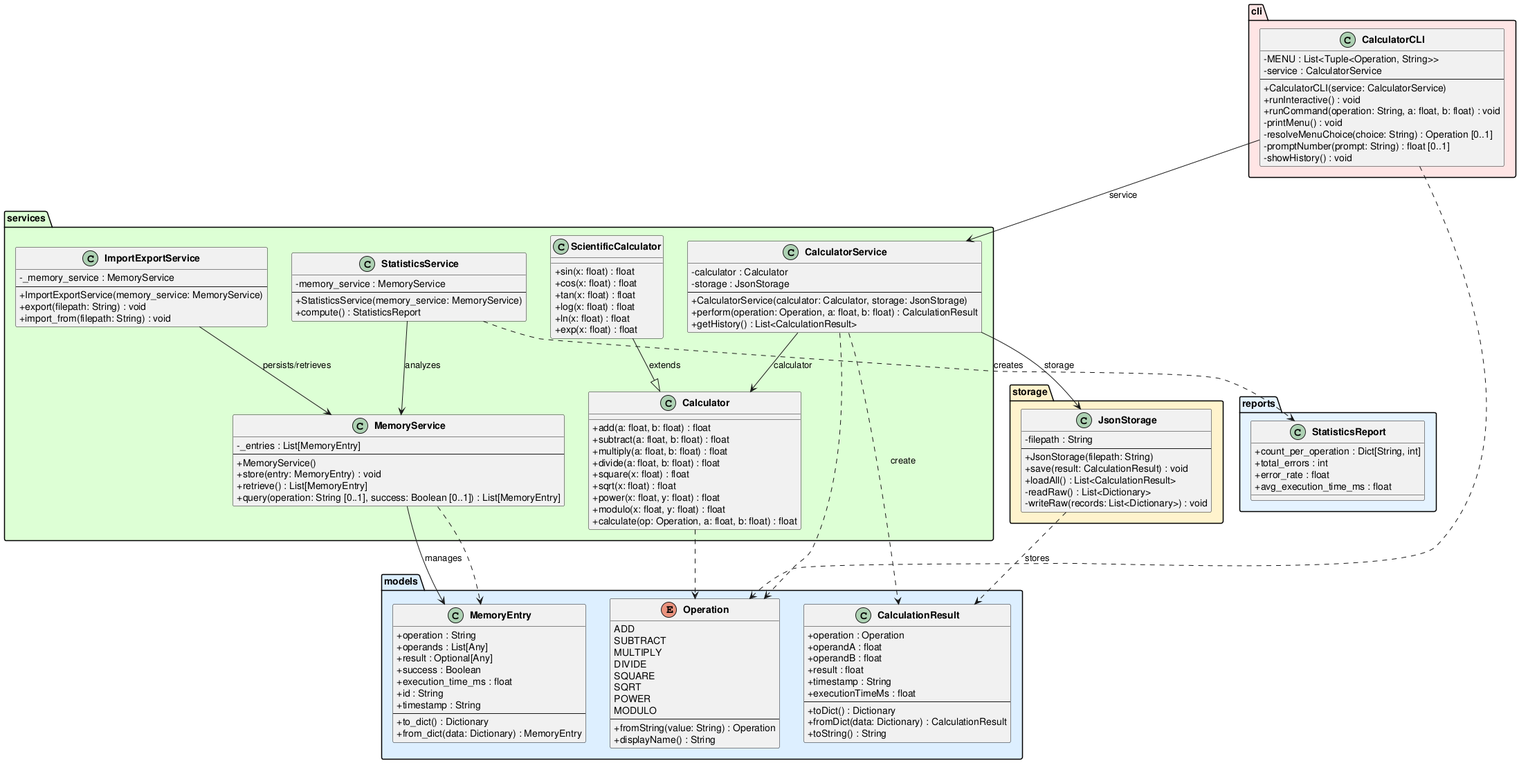
The PlantUML diagram experiments/broadcast/test_driven/calculator/artifacts/class_diagram.png in DanielRiha8906/Software_autoevolution_using_agents, before a commit. Its diagram source:
```plantuml
@startuml class_diagram

skinparam classAttributeIconSize 0
skinparam classFontStyle bold

package "models" #DDEEFF {
    enum Operation {
        ADD
        SUBTRACT
        MULTIPLY
        DIVIDE
        SQUARE
        SQRT
        POWER
        MODULO
        --
        +fromString(value: String) : Operation
        +displayName() : String
    }

    class CalculationResult {
        +operation : Operation
        +operandA : float
        +operandB : float
        +result : float
        +timestamp : String
        +executionTimeMs : float
        --
        +toDict() : Dictionary
        +fromDict(data: Dictionary) : CalculationResult
        +toString() : String
    }

    class MemoryEntry {
        +operation : String
        +operands : List[Any]
        +result : Optional[Any]
        +success : Boolean
        +execution_time_ms : float
        +id : String
        +timestamp : String
        --
        +to_dict() : Dictionary
        +from_dict(data: Dictionary) : MemoryEntry
    }
}

package "services" #DDFFD4 {
    class Calculator {
        +add(a: float, b: float) : float
        +subtract(a: float, b: float) : float
        +multiply(a: float, b: float) : float
        +divide(a: float, b: float) : float
        +square(x: float) : float
        +sqrt(x: float) : float
        +power(x: float, y: float) : float
        +modulo(x: float, y: float) : float
        +calculate(op: Operation, a: float, b: float) : float
    }

    class ScientificCalculator {
        +sin(x: float) : float
        +cos(x: float) : float
        +tan(x: float) : float
        +log(x: float) : float
        +ln(x: float) : float
        +exp(x: float) : float
    }

    class CalculatorService {
        -calculator : Calculator
        -storage : JsonStorage
        --
        +CalculatorService(calculator: Calculator, storage: JsonStorage)
        +perform(operation: Operation, a: float, b: float) : CalculationResult
        +getHistory() : List<CalculationResult>
    }

    class MemoryService {
        -_entries : List[MemoryEntry]
        --
        +MemoryService()
        +store(entry: MemoryEntry) : void
        +retrieve() : List[MemoryEntry]
        +query(operation: String [0..1], success: Boolean [0..1]) : List[MemoryEntry]
    }

    class StatisticsService {
        -memory_service : MemoryService
        --
        +StatisticsService(memory_service: MemoryService)
        +compute() : StatisticsReport
    }

    class ImportExportService {
        -_memory_service : MemoryService
        --
        +ImportExportService(memory_service: MemoryService)
        +export(filepath: String) : void
        +import_from(filepath: String) : void
    }
}

package "reports" #E5F3FF {
    class StatisticsReport {
        +count_per_operation : Dict[String, int]
        +total_errors : int
        +error_rate : float
        +avg_execution_time_ms : float
    }
}

package "storage" #FFF3CC {
    class JsonStorage {
        -filepath : String
        --
        +JsonStorage(filepath: String)
        +save(result: CalculationResult) : void
        +loadAll() : List<CalculationResult>
        -readRaw() : List<Dictionary>
        -writeRaw(records: List<Dictionary>) : void
    }
}

package "cli" #FFE5E5 {
    class CalculatorCLI {
        -MENU : List<Tuple<Operation, String>>
        -service : CalculatorService
        --
        +CalculatorCLI(service: CalculatorService)
        +runInteractive() : void
        +runCommand(operation: String, a: float, b: float) : void
        -printMenu() : void
        -resolveMenuChoice(choice: String) : Operation [0..1]
        -promptNumber(prompt: String) : float [0..1]
        -showHistory() : void
    }
}

ScientificCalculator --|> Calculator : extends

CalculatorCLI --> CalculatorService : service
CalculatorService --> Calculator : calculator
CalculatorService --> JsonStorage : storage
MemoryService --> MemoryEntry : manages
StatisticsService --> MemoryService : analyzes
ImportExportService --> MemoryService : persists/retrieves
StatisticsService ..> StatisticsReport : creates

CalculatorService ..> CalculationResult : create
CalculatorService ..> Operation
CalculatorCLI ..> Operation
Calculator ..> Operation
JsonStorage ..> CalculationResult : stores
MemoryService ..> MemoryEntry

@enduml
```
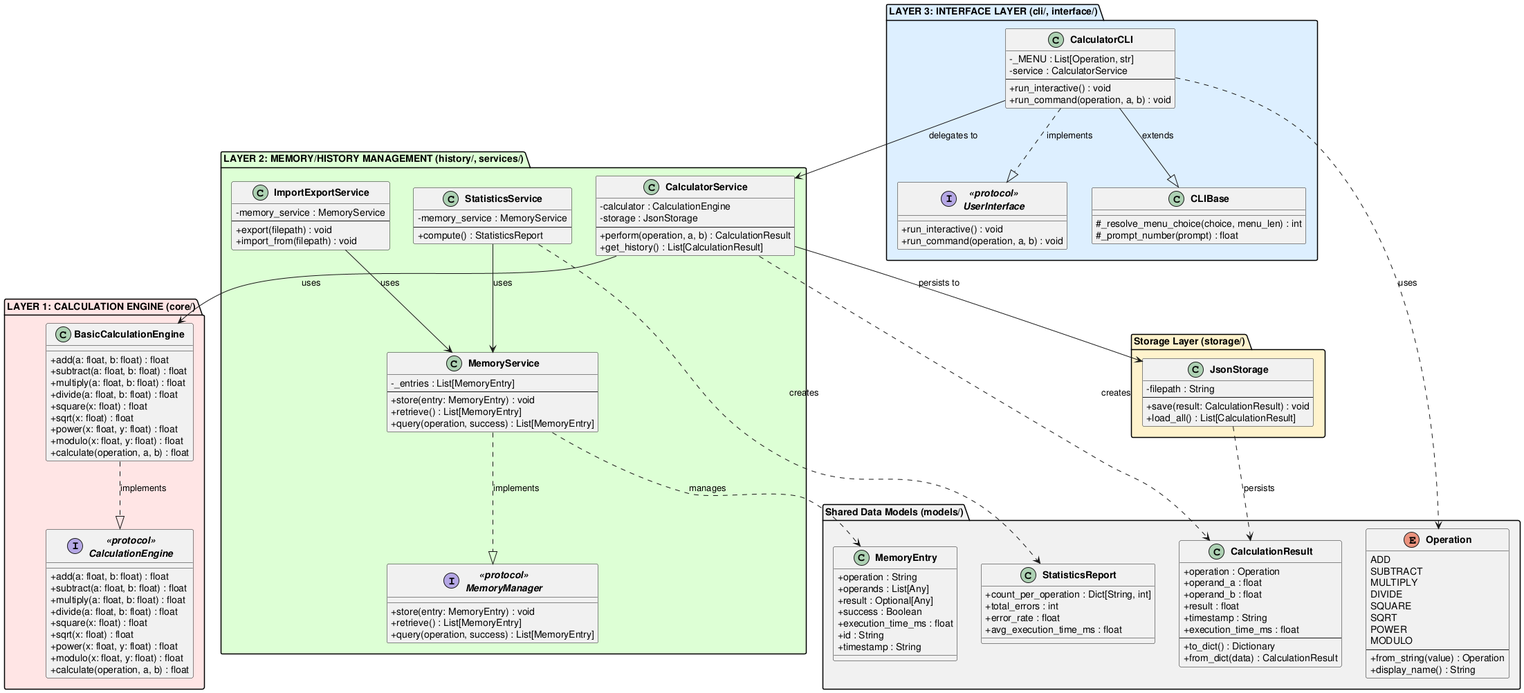
After the commit.

Change to the diagram source:
```diff
@@ -3,7 +3,111 @@
 skinparam classAttributeIconSize 0
 skinparam classFontStyle bold
 
-package "models" #DDEEFF {
+package "LAYER 1: CALCULATION ENGINE (core/)" #FFE5E5 {
+    interface "<<protocol>>\nCalculationEngine" as CalcEngineProto {
+        +add(a: float, b: float) : float
+        +subtract(a: float, b: float) : float
+        +multiply(a: float, b: float) : float
+        +divide(a: float, b: float) : float
+        +square(x: float) : float
+        +sqrt(x: float) : float
+        +power(x: float, y: float) : float
+        +modulo(x: float, y: float) : float
+        +calculate(operation, a, b) : float
+    }
+
+    class BasicCalculationEngine {
+        +add(a: float, b: float) : float
+        +subtract(a: float, b: float) : float
+        +multiply(a: float, b: float) : float
+        +divide(a: float, b: float) : float
+        +square(x: float) : float
+        +sqrt(x: float) : float
+        +power(x: float, y: float) : float
+        +modulo(x: float, y: float) : float
+        +calculate(operation, a, b) : float
+    }
+
+    BasicCalculationEngine ..|> CalcEngineProto : implements
+}
+
+package "LAYER 2: MEMORY/HISTORY MANAGEMENT (history/, services/)" #DDFFD4 {
+    interface "<<protocol>>\nMemoryManager" as MemoryManagerProto {
+        +store(entry: MemoryEntry) : void
+        +retrieve() : List[MemoryEntry]
+        +query(operation, success) : List[MemoryEntry]
+    }
+
+    class MemoryService {
+        -_entries : List[MemoryEntry]
+        --
+        +store(entry: MemoryEntry) : void
+        +retrieve() : List[MemoryEntry]
+        +query(operation, success) : List[MemoryEntry]
+    }
+
+    class CalculatorService {
+        -calculator : CalculationEngine
+        -storage : JsonStorage
+        --
+        +perform(operation, a, b) : CalculationResult
+        +get_history() : List[CalculationResult]
+    }
+
+    class StatisticsService {
+        -memory_service : MemoryService
+        --
+        +compute() : StatisticsReport
+    }
+
+    class ImportExportService {
+        -memory_service : MemoryService
+        --
+        +export(filepath) : void
+        +import_from(filepath) : void
+    }
+
+    MemoryService ..|> MemoryManagerProto : implements
+    StatisticsService --> MemoryService : uses
+    ImportExportService --> MemoryService : uses
+}
+
+package "Storage Layer (storage/)" #FFF3CC {
+    class JsonStorage {
+        -filepath : String
+        --
+        +save(result: CalculationResult) : void
+        +load_all() : List[CalculationResult]
+    }
+
+    CalculatorService --> JsonStorage : persists to
+}
+
+package "LAYER 3: INTERFACE LAYER (cli/, interface/)" #DDEEFF {
+    interface "<<protocol>>\nUserInterface" as UIProto {
+        +run_interactive() : void
+        +run_command(operation, a, b) : void
+    }
+
+    class CLIBase {
+        #_resolve_menu_choice(choice, menu_len) : int
+        #_prompt_number(prompt) : float
+    }
+
+    class CalculatorCLI {
+        -_MENU : List[Operation, str]
+        -service : CalculatorService
+        --
+        +run_interactive() : void
+        +run_command(operation, a, b) : void
+    }
+
+    CalculatorCLI --|> CLIBase : extends
+    CalculatorCLI ..|> UIProto : implements
+    CalculatorCLI --> CalculatorService : delegates to
+}
+
+package "Shared Data Models (models/)" #F0F0F0 {
     enum Operation {
         ADD
         SUBTRACT
@@ -14,21 +118,20 @@
         POWER
         MODULO
         --
-        +fromString(value: String) : Operation
-        +displayName() : String
+        +from_string(value) : Operation
+        +display_name() : String
     }
 
     class CalculationResult {
         +operation : Operation
-        +operandA : float
-        +operandB : float
+        +operand_a : float
+        +operand_b : float
         +result : float
         +timestamp : String
-        +executionTimeMs : float
+        +execution_time_ms : float
         --
-        +toDict() : Dictionary
-        +fromDict(data: Dictionary) : CalculationResult
-        +toString() : String
+        +to_dict() : Dictionary
+        +from_dict(data) : CalculationResult
     }
 
     class MemoryEntry {
@@ -39,69 +142,8 @@
         +execution_time_ms : float
         +id : String
         +timestamp : String
-        --
-        +to_dict() : Dictionary
-        +from_dict(data: Dictionary) : MemoryEntry
-    }
-}
-
-package "services" #DDFFD4 {
-    class Calculator {
-        +add(a: float, b: float) : float
-        +subtract(a: float, b: float) : float
-        +multiply(a: float, b: float) : float
-        +divide(a: float, b: float) : float
-        +square(x: float) : float
-        +sqrt(x: float) : float
-        +power(x: float, y: float) : float
-        +modulo(x: float, y: float) : float
-        +calculate(op: Operation, a: float, b: float) : float
     }
 
-    class ScientificCalculator {
-        +sin(x: float) : float
-        +cos(x: float) : float
-        +tan(x: float) : float
-        +log(x: float) : float
-        +ln(x: float) : float
-        +exp(x: float) : float
-    }
-
-    class CalculatorService {
-        -calculator : Calculator
-        -storage : JsonStorage
-        --
-        +CalculatorService(calculator: Calculator, storage: JsonStorage)
-        +perform(operation: Operation, a: float, b: float) : CalculationResult
-        +getHistory() : List<CalculationResult>
-    }
-
-    class MemoryService {
-        -_entries : List[MemoryEntry]
-        --
-        +MemoryService()
-        +store(entry: MemoryEntry) : void
-        +retrieve() : List[MemoryEntry]
-        +query(operation: String [0..1], success: Boolean [0..1]) : List[MemoryEntry]
-    }
-
-    class StatisticsService {
-        -memory_service : MemoryService
-        --
-        +StatisticsService(memory_service: MemoryService)
-        +compute() : StatisticsReport
-    }
-
-    class ImportExportService {
-        -_memory_service : MemoryService
-        --
-        +ImportExportService(memory_service: MemoryService)
-        +export(filepath: String) : void
-        +import_from(filepath: String) : void
-    }
-}
-
-package "reports" #E5F3FF {
     class StatisticsReport {
         +count_per_operation : Dict[String, int]
         +total_errors : int
@@ -110,48 +152,14 @@
     }
 }
 
-package "storage" #FFF3CC {
-    class JsonStorage {
-        -filepath : String
-        --
-        +JsonStorage(filepath: String)
-        +save(result: CalculationResult) : void
-        +loadAll() : List<CalculationResult>
-        -readRaw() : List<Dictionary>
-        -writeRaw(records: List<Dictionary>) : void
-    }
-}
 
-package "cli" #FFE5E5 {
-    class CalculatorCLI {
-        -MENU : List<Tuple<Operation, String>>
-        -service : CalculatorService
-        --
-        +CalculatorCLI(service: CalculatorService)
-        +runInteractive() : void
-        +runCommand(operation: String, a: float, b: float) : void
-        -printMenu() : void
-        -resolveMenuChoice(choice: String) : Operation [0..1]
-        -promptNumber(prompt: String) : float [0..1]
-        -showHistory() : void
-    }
-}
+CalculatorCLI ..> Operation : uses
 
-ScientificCalculator --|> Calculator : extends
+CalculatorService --> BasicCalculationEngine : uses
+CalculatorService ..> CalculationResult : creates
+MemoryService ..> MemoryEntry : manages
 
-CalculatorCLI --> CalculatorService : service
-CalculatorService --> Calculator : calculator
-CalculatorService --> JsonStorage : storage
-MemoryService --> MemoryEntry : manages
-StatisticsService --> MemoryService : analyzes
-ImportExportService --> MemoryService : persists/retrieves
 StatisticsService ..> StatisticsReport : creates
-
-CalculatorService ..> CalculationResult : create
-CalculatorService ..> Operation
-CalculatorCLI ..> Operation
-Calculator ..> Operation
-JsonStorage ..> CalculationResult : stores
-MemoryService ..> MemoryEntry
+JsonStorage ..> CalculationResult : persists
 
 @enduml
```
